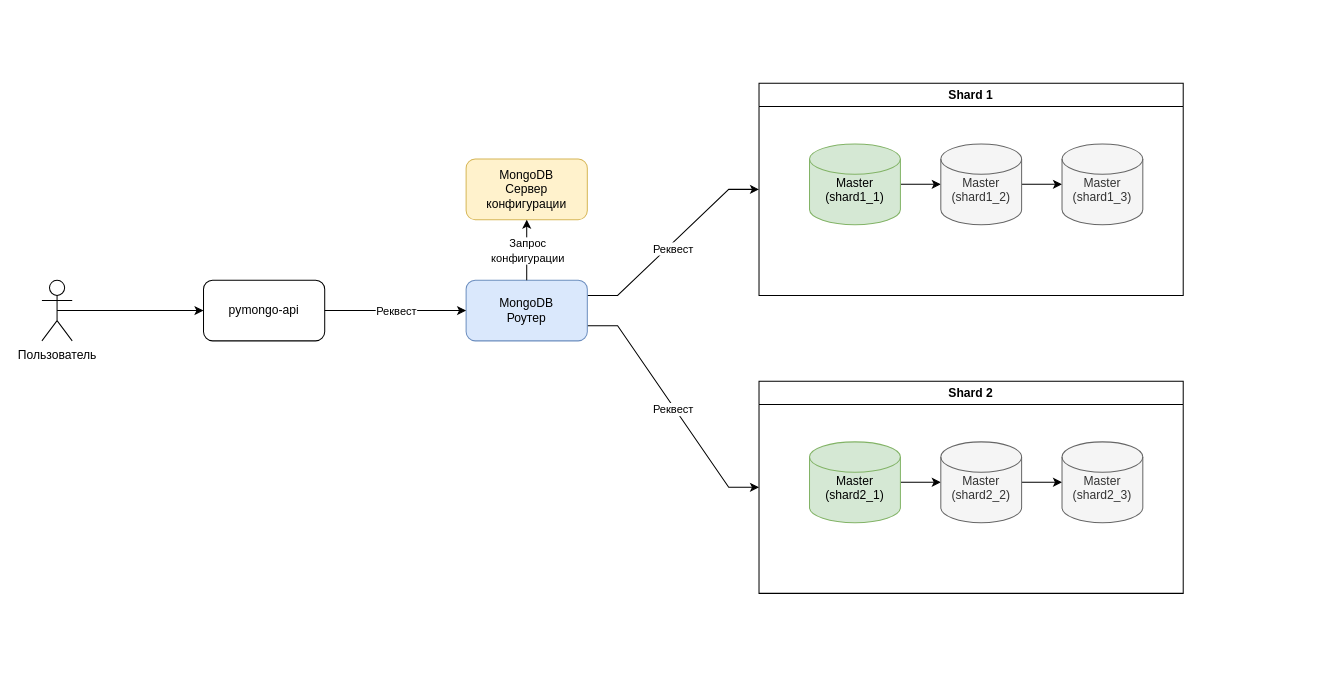
Above: page "2. Репликация" (3 of 6) of task1.drawio.xml in Kursor-nn/architecture-sprint-2 (draw.io), before the change. Source tidied: cells renumbered, new cells numbered last; positions are measured from the earlier drawing's top-left corner, leaving out a move shared by most shapes. Both pictures are drawn from the tidied source at 101%, with x=0, y=0 at pixel (41, 83).
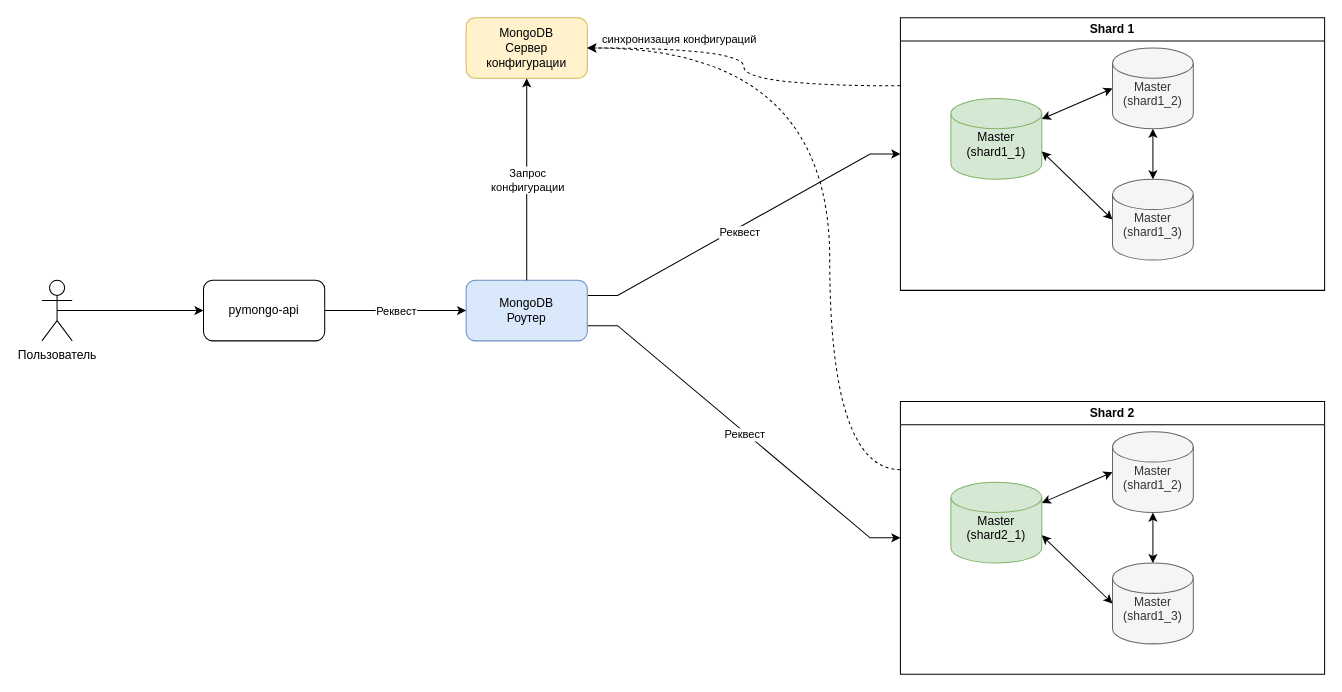
The same diagram, later.

Change to the diagram source:
```diff
@@
     <mxCell id="8" value="MongoDB&lt;div&gt;Сервер конфигурации&lt;/div&gt;" style="rounded=1;whiteSpace=wrap;html=1;fillColor=#fff2cc;strokeColor=#d6b656;" parent="1" vertex="1">
-      <mxGeometry x="420" y="75" width="120" height="60" as="geometry" />
+      <mxGeometry x="420" y="-65" width="120" height="60" as="geometry" />
     </mxCell>
@@
-    <mxCell id="13" value="Shard 1" style="swimlane;whiteSpace=wrap;html=1;" parent="1" vertex="1">
-      <mxGeometry x="710" width="420" height="210" as="geometry" />
-    </mxCell>
-    <mxCell id="14" style="edgeStyle=orthogonalEdgeStyle;rounded=0;jettySize=auto;html=1;exitX=1;exitY=0.5;exitDx=0;exitDy=0;exitPerimeter=0;" parent="13" edge="1" source="15" target="17">
-      <mxGeometry relative="1" as="geometry">
-        <Array as="points">
-          <mxPoint x="150" y="100" />
-          <mxPoint x="150" y="100" />
-        </Array>
-      </mxGeometry>
-    </mxCell>
-    <mxCell id="15" value="Master&lt;div&gt;(shard1_1)&lt;br&gt;&lt;div&gt;&lt;br&gt;&lt;/div&gt;&lt;/div&gt;" style="shape=cylinder3;whiteSpace=wrap;html=1;boundedLbl=1;backgroundOutline=1;size=15;fillColor=#d5e8d4;strokeColor=#82b366;" parent="13" vertex="1">
-      <mxGeometry x="50" y="60" width="90" height="80" as="geometry" />
-    </mxCell>
-    <mxCell id="16" style="edgeStyle=orthogonalEdgeStyle;rounded=0;jettySize=auto;html=1;exitX=1;exitY=0.5;exitDx=0;exitDy=0;exitPerimeter=0;" parent="13" edge="1" source="17" target="18">
-      <mxGeometry relative="1" as="geometry" />
-    </mxCell>
-    <mxCell id="17" value="Master&lt;div&gt;(shard1_2)&lt;br&gt;&lt;div&gt;&lt;br&gt;&lt;/div&gt;&lt;/div&gt;" style="shape=cylinder3;whiteSpace=wrap;html=1;boundedLbl=1;backgroundOutline=1;size=15;fillColor=#f5f5f5;fontColor=#333333;strokeColor=#666666;" parent="13" vertex="1">
-      <mxGeometry x="180" y="60" width="80" height="80" as="geometry" />
-    </mxCell>
-    <mxCell id="18" value="Master&lt;div&gt;(shard1_3)&lt;br&gt;&lt;div&gt;&lt;br&gt;&lt;/div&gt;&lt;/div&gt;" style="shape=cylinder3;whiteSpace=wrap;html=1;boundedLbl=1;backgroundOutline=1;size=15;fillColor=#f5f5f5;fontColor=#333333;strokeColor=#666666;" parent="13" vertex="1">
-      <mxGeometry x="300" y="60" width="80" height="80" as="geometry" />
-    </mxCell>
+    <mxCell id="27" style="edgeStyle=orthogonalEdgeStyle;rounded=0;jettySize=auto;html=1;exitX=0;exitY=0.25;exitDx=0;exitDy=0;entryX=1;entryY=0.5;entryDx=0;entryDy=0;curved=1;dashed=1;" parent="1" edge="1" source="19" target="8">
+      <mxGeometry relative="1" as="geometry">
+        <Array as="points">
+          <mxPoint x="780" y="383" />
+          <mxPoint x="780" y="-35" />
+        </Array>
+      </mxGeometry>
+    </mxCell>
     <mxCell id="19" value="Shard 2" style="swimlane;whiteSpace=wrap;html=1;" parent="1" vertex="1">
-      <mxGeometry x="710" y="295" width="420" height="210" as="geometry" />
+      <mxGeometry x="850" y="315" width="420" height="270" as="geometry" />
     </mxCell>
-    <mxCell id="20" style="edgeStyle=orthogonalEdgeStyle;rounded=0;jettySize=auto;html=1;exitX=1;exitY=0.5;exitDx=0;exitDy=0;exitPerimeter=0;" parent="19" edge="1" source="21" target="23">
-      <mxGeometry relative="1" as="geometry" />
-    </mxCell>
     <mxCell id="21" value="Master&lt;div&gt;(shard2_1)&lt;br&gt;&lt;div&gt;&lt;br&gt;&lt;/div&gt;&lt;/div&gt;" style="shape=cylinder3;whiteSpace=wrap;html=1;boundedLbl=1;backgroundOutline=1;size=15;fillColor=#d5e8d4;strokeColor=#82b366;" parent="19" vertex="1">
-      <mxGeometry x="50" y="60" width="90" height="80" as="geometry" />
+      <mxGeometry x="50" y="80" width="90" height="80" as="geometry" />
     </mxCell>
-    <mxCell id="22" style="edgeStyle=orthogonalEdgeStyle;rounded=0;jettySize=auto;html=1;exitX=1;exitY=0.5;exitDx=0;exitDy=0;exitPerimeter=0;" parent="19" edge="1" source="23" target="24">
-      <mxGeometry relative="1" as="geometry" />
-    </mxCell>
-    <mxCell id="23" value="Master&lt;div&gt;(shard2_2)&lt;br&gt;&lt;div&gt;&lt;br&gt;&lt;/div&gt;&lt;/div&gt;" style="shape=cylinder3;whiteSpace=wrap;html=1;boundedLbl=1;backgroundOutline=1;size=15;fillColor=#f5f5f5;fontColor=#333333;strokeColor=#666666;" parent="19" vertex="1">
-      <mxGeometry x="180" y="60" width="80" height="80" as="geometry" />
-    </mxCell>
+    <mxCell id="28" style="rounded=0;jettySize=auto;html=1;exitX=0;exitY=0.5;exitDx=0;exitDy=0;exitPerimeter=0;startArrow=classic;startFill=1;" parent="19" edge="1" source="24" target="21">
+      <mxGeometry relative="1" as="geometry" />
+    </mxCell>
-    <mxCell id="24" value="Master&lt;div&gt;(shard2_3)&lt;br&gt;&lt;div&gt;&lt;br&gt;&lt;/div&gt;&lt;/div&gt;" style="shape=cylinder3;whiteSpace=wrap;html=1;boundedLbl=1;backgroundOutline=1;size=15;fillColor=#f5f5f5;fontColor=#333333;strokeColor=#666666;" parent="19" vertex="1">
-      <mxGeometry x="300" y="60" width="80" height="80" as="geometry" />
+    <mxCell id="24" value="Master&lt;div&gt;(shard1_2)&lt;br&gt;&lt;div&gt;&lt;br&gt;&lt;/div&gt;&lt;/div&gt;" style="shape=cylinder3;whiteSpace=wrap;html=1;boundedLbl=1;backgroundOutline=1;size=15;fillColor=#f5f5f5;fontColor=#333333;strokeColor=#666666;" parent="19" vertex="1">
+      <mxGeometry x="210" y="30" width="80" height="80" as="geometry" />
     </mxCell>
+    <mxCell id="29" value="Master&lt;div&gt;(shard1_3)&lt;br&gt;&lt;div&gt;&lt;br&gt;&lt;/div&gt;&lt;/div&gt;" style="shape=cylinder3;whiteSpace=wrap;html=1;boundedLbl=1;backgroundOutline=1;size=15;fillColor=#f5f5f5;fontColor=#333333;strokeColor=#666666;" parent="19" vertex="1">
+      <mxGeometry x="210" y="160" width="80" height="80" as="geometry" />
+    </mxCell>
+    <mxCell id="30" style="edgeStyle=orthogonalEdgeStyle;rounded=0;jettySize=auto;html=1;exitX=0.5;exitY=1;exitDx=0;exitDy=0;exitPerimeter=0;entryX=0.5;entryY=0;entryDx=0;entryDy=0;entryPerimeter=0;startArrow=classic;startFill=1;" parent="19" edge="1" source="24" target="29">
+      <mxGeometry relative="1" as="geometry" />
+    </mxCell>
+    <mxCell id="31" style="rounded=0;jettySize=auto;html=1;exitX=1;exitY=0;exitDx=0;exitDy=52.5;exitPerimeter=0;entryX=0;entryY=0.5;entryDx=0;entryDy=0;entryPerimeter=0;startArrow=classic;startFill=1;" parent="19" edge="1" source="21" target="29">
+      <mxGeometry relative="1" as="geometry" />
+    </mxCell>
@@
+    <mxCell id="32" style="edgeStyle=orthogonalEdgeStyle;rounded=0;jettySize=auto;html=1;exitX=0;exitY=0.25;exitDx=0;exitDy=0;entryX=1;entryY=0.5;entryDx=0;entryDy=0;dashed=1;curved=1;" parent="1" edge="1" source="13" target="8">
+      <mxGeometry relative="1" as="geometry" />
+    </mxCell>
+    <mxCell id="33" value="синхронизация конфигураций" style="edgeLabel;html=1;align=center;verticalAlign=middle;" parent="32" vertex="1">
+      <mxGeometry x="0.03" y="9" relative="1" as="geometry">
+        <mxPoint x="-56" y="-22" as="offset" />
+      </mxGeometry>
+    </mxCell>
+    <mxCell id="13" value="Shard 1" style="swimlane;whiteSpace=wrap;html=1;" parent="1" vertex="1">
+      <mxGeometry x="850" y="-65" width="420" height="270" as="geometry" />
+    </mxCell>
+    <mxCell id="15" value="Master&lt;div&gt;(shard1_1)&lt;br&gt;&lt;div&gt;&lt;br&gt;&lt;/div&gt;&lt;/div&gt;" style="shape=cylinder3;whiteSpace=wrap;html=1;boundedLbl=1;backgroundOutline=1;size=15;fillColor=#d5e8d4;strokeColor=#82b366;" parent="13" vertex="1">
+      <mxGeometry x="50" y="80" width="90" height="80" as="geometry" />
+    </mxCell>
+    <mxCell id="34" style="rounded=0;jettySize=auto;html=1;exitX=0;exitY=0.5;exitDx=0;exitDy=0;exitPerimeter=0;startArrow=classic;startFill=1;" parent="13" edge="1" source="17" target="15">
+      <mxGeometry relative="1" as="geometry" />
+    </mxCell>
+    <mxCell id="17" value="Master&lt;div&gt;(shard1_2)&lt;br&gt;&lt;div&gt;&lt;br&gt;&lt;/div&gt;&lt;/div&gt;" style="shape=cylinder3;whiteSpace=wrap;html=1;boundedLbl=1;backgroundOutline=1;size=15;fillColor=#f5f5f5;fontColor=#333333;strokeColor=#666666;" parent="13" vertex="1">
+      <mxGeometry x="210" y="30" width="80" height="80" as="geometry" />
+    </mxCell>
+    <mxCell id="35" value="Master&lt;div&gt;(shard1_3)&lt;br&gt;&lt;div&gt;&lt;br&gt;&lt;/div&gt;&lt;/div&gt;" style="shape=cylinder3;whiteSpace=wrap;html=1;boundedLbl=1;backgroundOutline=1;size=15;fillColor=#f5f5f5;fontColor=#333333;strokeColor=#666666;" parent="13" vertex="1">
+      <mxGeometry x="210" y="160" width="80" height="80" as="geometry" />
+    </mxCell>
+    <mxCell id="36" style="edgeStyle=orthogonalEdgeStyle;rounded=0;jettySize=auto;html=1;exitX=0.5;exitY=1;exitDx=0;exitDy=0;exitPerimeter=0;entryX=0.5;entryY=0;entryDx=0;entryDy=0;entryPerimeter=0;startArrow=classic;startFill=1;" parent="13" edge="1" source="17" target="35">
+      <mxGeometry relative="1" as="geometry" />
+    </mxCell>
+    <mxCell id="37" style="rounded=0;jettySize=auto;html=1;exitX=1;exitY=0;exitDx=0;exitDy=52.5;exitPerimeter=0;entryX=0;entryY=0.5;entryDx=0;entryDy=0;entryPerimeter=0;startArrow=classic;startFill=1;" parent="13" edge="1" source="15" target="35">
+      <mxGeometry relative="1" as="geometry" />
+    </mxCell>
```
